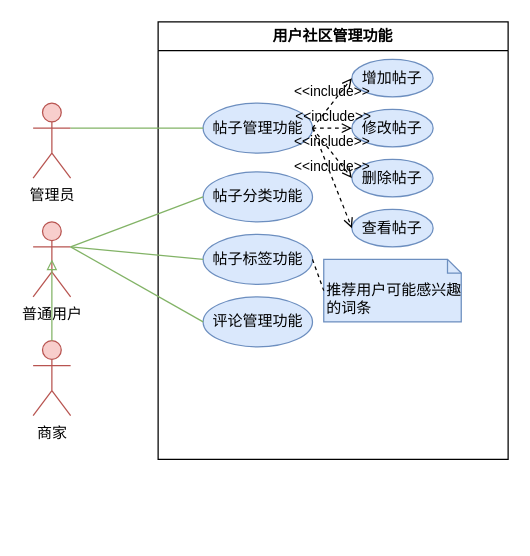
Earlier version of the draw.io diagram 海洋生物百科/用例图/用户社区管理功能.drawio (Running-Turtle1/Graph). Source tidied: cells renumbered, new cells numbered last; positions are measured from the earlier drawing's top-left corner, leaving out a move shared by most shapes. Both pictures are drawn from the tidied source at 125%, with x=0, y=0 at pixel (32, 21).
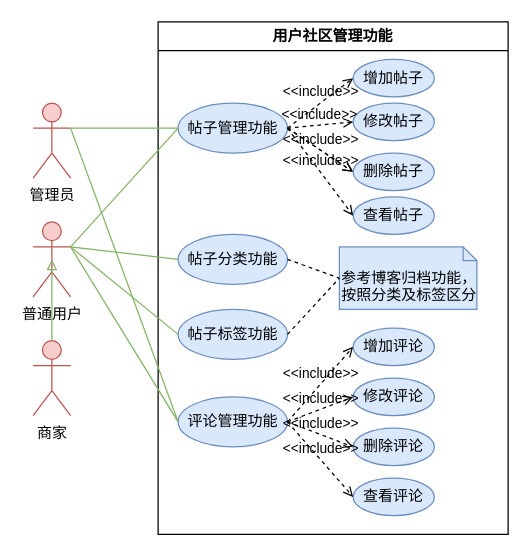
The same page after the edit.

Commit message (it also covers changes not shown here):
更新用户社区管理功能.drawio

Unchanged cells that the change refers to:
```xml
<mxCell id="17" value="普通用户" style="shape=umlActor;verticalLabelPosition=bottom;verticalAlign=top;html=1;fillColor=#f8cecc;strokeColor=#b85450;" parent="1" vertex="1">
  <mxGeometry y="160" width="30" height="60" as="geometry" />
</mxCell>
<mxCell id="19" value="管理员" style="shape=umlActor;verticalLabelPosition=bottom;verticalAlign=top;html=1;fillColor=#f8cecc;strokeColor=#b85450;" parent="1" vertex="1">
  <mxGeometry y="65" width="30" height="60" as="geometry" />
</mxCell>
```

Change to the diagram source:
```diff
@@
     <mxCell id="2" value="用户社区管理功能" style="swimlane;whiteSpace=wrap;html=1;" parent="1" vertex="1">
-      <mxGeometry x="100" width="280" height="350" as="geometry" />
+      <mxGeometry x="100" width="280" height="410" as="geometry" />
     </mxCell>
     <mxCell id="3" value="帖子管理功能" style="ellipse;whiteSpace=wrap;html=1;fillColor=#dae8fc;strokeColor=#6c8ebf;" parent="2" vertex="1">
-      <mxGeometry x="36" y="65" width="87.5" height="40" as="geometry" />
+      <mxGeometry x="16" y="65" width="87.5" height="40" as="geometry" />
     </mxCell>
     <mxCell id="4" value="帖子分类功能" style="ellipse;whiteSpace=wrap;html=1;fillColor=#dae8fc;strokeColor=#6c8ebf;" parent="2" vertex="1">
-      <mxGeometry x="36" y="120" width="87.5" height="40" as="geometry" />
+      <mxGeometry x="16" y="170" width="87.5" height="40" as="geometry" />
     </mxCell>
     <mxCell id="5" value="帖子标签功能" style="ellipse;whiteSpace=wrap;html=1;fillColor=#dae8fc;strokeColor=#6c8ebf;" parent="2" vertex="1">
-      <mxGeometry x="36" y="170" width="87.5" height="40" as="geometry" />
+      <mxGeometry x="16" y="230" width="87.5" height="40" as="geometry" />
     </mxCell>
-    <mxCell id="6" value="评论管理功能" style="ellipse;whiteSpace=wrap;html=1;fillColor=#dae8fc;strokeColor=#6c8ebf;" parent="2" vertex="1">
-      <mxGeometry x="36" y="220" width="87.5" height="40" as="geometry" />
-    </mxCell>
     <mxCell id="7" value="增加帖子" style="ellipse;whiteSpace=wrap;html=1;fillColor=#dae8fc;strokeColor=#6c8ebf;" parent="2" vertex="1">
-      <mxGeometry x="155" y="30" width="65" height="30" as="geometry" />
+      <mxGeometry x="156" y="30" width="65" height="30" as="geometry" />
     </mxCell>
     <mxCell id="8" value="修改帖子" style="ellipse;whiteSpace=wrap;html=1;fillColor=#dae8fc;strokeColor=#6c8ebf;" parent="2" vertex="1">
-      <mxGeometry x="155" y="70" width="65" height="30" as="geometry" />
+      <mxGeometry x="156" y="65" width="65" height="30" as="geometry" />
     </mxCell>
-    <mxCell id="9" value="删除帖子" style="ellipse;whiteSpace=wrap;html=1;fillColor=#dae8fc;strokeColor=#6c8ebf;" parent="2" vertex="1">
-      <mxGeometry x="155" y="110" width="65" height="30" as="geometry" />
-    </mxCell>
@@
-    <mxCell id="13" value="推荐用户可能感兴趣的词条" style="shape=note2;boundedLbl=1;whiteSpace=wrap;html=1;size=11;verticalAlign=top;align=left;fillColor=#dae8fc;strokeColor=#6c8ebf;" parent="2" vertex="1">
-      <mxGeometry x="132.5" y="190" width="110" height="50" as="geometry" />
-    </mxCell>
-    <mxCell id="14" style="endArrow=none;dashed=1;html=1;rounded=0;entryX=0;entryY=0.5;entryDx=0;entryDy=0;entryPerimeter=0;exitX=1;exitY=0.5;exitDx=0;exitDy=0;" parent="2" edge="1" source="5" target="13">
-      <mxGeometry relative="1" as="geometry" />
-    </mxCell>
     <mxCell id="15" value="查看帖子" style="ellipse;whiteSpace=wrap;html=1;fillColor=#dae8fc;strokeColor=#6c8ebf;" parent="2" vertex="1">
-      <mxGeometry x="155" y="150" width="65" height="30" as="geometry" />
+      <mxGeometry x="156" y="140" width="65" height="30" as="geometry" />
     </mxCell>
@@
+    <mxCell id="6" value="评论管理功能" style="ellipse;whiteSpace=wrap;html=1;fillColor=#dae8fc;strokeColor=#6c8ebf;" parent="2" vertex="1">
+      <mxGeometry x="16" y="300" width="87.5" height="40" as="geometry" />
+    </mxCell>
+    <mxCell id="25" value="增加评论" style="ellipse;whiteSpace=wrap;html=1;fillColor=#dae8fc;strokeColor=#6c8ebf;" parent="2" vertex="1">
+      <mxGeometry x="156" y="245" width="65" height="30" as="geometry" />
+    </mxCell>
+    <mxCell id="26" value="修改评论" style="ellipse;whiteSpace=wrap;html=1;fillColor=#dae8fc;strokeColor=#6c8ebf;" parent="2" vertex="1">
+      <mxGeometry x="156" y="285" width="65" height="30" as="geometry" />
+    </mxCell>
+    <mxCell id="27" value="删除评论" style="ellipse;whiteSpace=wrap;html=1;fillColor=#dae8fc;strokeColor=#6c8ebf;" parent="2" vertex="1">
+      <mxGeometry x="156" y="325" width="65" height="30" as="geometry" />
+    </mxCell>
+    <mxCell id="28" value="查看评论" style="ellipse;whiteSpace=wrap;html=1;fillColor=#dae8fc;strokeColor=#6c8ebf;" parent="2" vertex="1">
+      <mxGeometry x="156" y="365" width="65" height="30" as="geometry" />
+    </mxCell>
+    <mxCell id="29" value="&amp;lt;&amp;lt;include&amp;gt;&amp;gt;" style="html=1;verticalAlign=bottom;labelBackgroundColor=none;endArrow=open;endFill=0;dashed=1;rounded=0;exitX=1;exitY=0.5;exitDx=0;exitDy=0;entryX=0;entryY=0.5;entryDx=0;entryDy=0;" parent="2" edge="1" source="6" target="25">
+      <mxGeometry relative="1" as="geometry" />
+    </mxCell>
+    <mxCell id="30" value="&amp;lt;&amp;lt;include&amp;gt;&amp;gt;" style="html=1;verticalAlign=bottom;labelBackgroundColor=none;endArrow=open;endFill=0;dashed=1;rounded=0;entryX=0;entryY=0.5;entryDx=0;entryDy=0;exitX=1;exitY=0.5;exitDx=0;exitDy=0;" parent="2" edge="1" source="6" target="26">
+      <mxGeometry relative="1" as="geometry" />
+    </mxCell>
+    <mxCell id="31" value="&amp;lt;&amp;lt;include&amp;gt;&amp;gt;" style="html=1;verticalAlign=bottom;labelBackgroundColor=none;endArrow=open;endFill=0;dashed=1;rounded=0;entryX=0;entryY=0.5;entryDx=0;entryDy=0;exitX=1;exitY=0.5;exitDx=0;exitDy=0;" parent="2" edge="1" source="6" target="27">
+      <mxGeometry relative="1" as="geometry" />
+    </mxCell>
+    <mxCell id="32" value="&amp;lt;&amp;lt;include&amp;gt;&amp;gt;" style="html=1;verticalAlign=bottom;labelBackgroundColor=none;endArrow=open;endFill=0;dashed=1;rounded=0;entryX=0;entryY=0.5;entryDx=0;entryDy=0;exitX=1;exitY=0.5;exitDx=0;exitDy=0;" parent="2" edge="1" source="6" target="28">
+      <mxGeometry relative="1" as="geometry" />
+    </mxCell>
+    <mxCell id="33" value="参考博客归档功能，按照分类及标签区分" style="shape=note2;boundedLbl=1;whiteSpace=wrap;html=1;size=11;verticalAlign=top;align=left;fillColor=#dae8fc;strokeColor=#6c8ebf;" parent="2" vertex="1">
+      <mxGeometry x="145" y="180" width="110" height="50" as="geometry" />
+    </mxCell>
+    <mxCell id="34" style="html=1;verticalAlign=bottom;labelBackgroundColor=none;endArrow=open;endFill=0;dashed=1;rounded=0;exitX=1;exitY=0.5;exitDx=0;exitDy=0;entryX=0;entryY=0.5;entryDx=0;entryDy=0;" parent="2" edge="1" source="3" target="9">
+      <mxGeometry relative="1" as="geometry" />
+    </mxCell>
+    <mxCell id="9" value="删除帖子" style="ellipse;whiteSpace=wrap;html=1;fillColor=#dae8fc;strokeColor=#6c8ebf;" parent="2" vertex="1">
+      <mxGeometry x="156" y="105" width="65" height="30" as="geometry" />
+    </mxCell>
+    <mxCell id="35" style="endArrow=none;dashed=1;html=1;rounded=0;exitX=1;exitY=0.5;exitDx=0;exitDy=0;entryX=0;entryY=0.5;entryDx=0;entryDy=0;entryPerimeter=0;" parent="2" edge="1" source="4" target="33">
+      <mxGeometry relative="1" as="geometry" />
+    </mxCell>
+    <mxCell id="14" style="endArrow=none;dashed=1;html=1;rounded=0;exitX=1;exitY=0.5;exitDx=0;exitDy=0;entryX=0;entryY=0.5;entryDx=0;entryDy=0;entryPerimeter=0;" parent="2" edge="1" source="5" target="33">
+      <mxGeometry relative="1" as="geometry" />
+    </mxCell>
@@
-    <mxCell id="21" style="endArrow=none;html=1;rounded=0;fillColor=#d5e8d4;strokeColor=#82b366;exitX=0;exitY=0.5;exitDx=0;exitDy=0;entryX=1;entryY=0.3333333333333333;entryDx=0;entryDy=0;entryPerimeter=0;" parent="1" edge="1" source="6" target="17">
-      <mxGeometry relative="1" as="geometry" />
-    </mxCell>
@@
+    <mxCell id="36" style="endArrow=none;html=1;rounded=0;fillColor=#d5e8d4;strokeColor=#82b366;entryX=0;entryY=0.5;entryDx=0;entryDy=0;exitX=1;exitY=0.3333333333333333;exitDx=0;exitDy=0;exitPerimeter=0;" parent="1" edge="1" source="17" target="3">
+      <mxGeometry relative="1" as="geometry" />
+    </mxCell>
+    <mxCell id="37" style="endArrow=none;html=1;rounded=0;fillColor=#d5e8d4;strokeColor=#82b366;exitX=0;exitY=0.5;exitDx=0;exitDy=0;entryX=1;entryY=0.3333333333333333;entryDx=0;entryDy=0;entryPerimeter=0;" parent="1" edge="1" source="6" target="19">
+      <mxGeometry relative="1" as="geometry" />
+    </mxCell>
+    <mxCell id="21" style="endArrow=none;html=1;rounded=0;fillColor=#d5e8d4;strokeColor=#82b366;exitX=0;exitY=0.5;exitDx=0;exitDy=0;entryX=1;entryY=0.3333333333333333;entryDx=0;entryDy=0;entryPerimeter=0;" parent="1" edge="1" source="6" target="17">
+      <mxGeometry relative="1" as="geometry" />
+    </mxCell>
```
